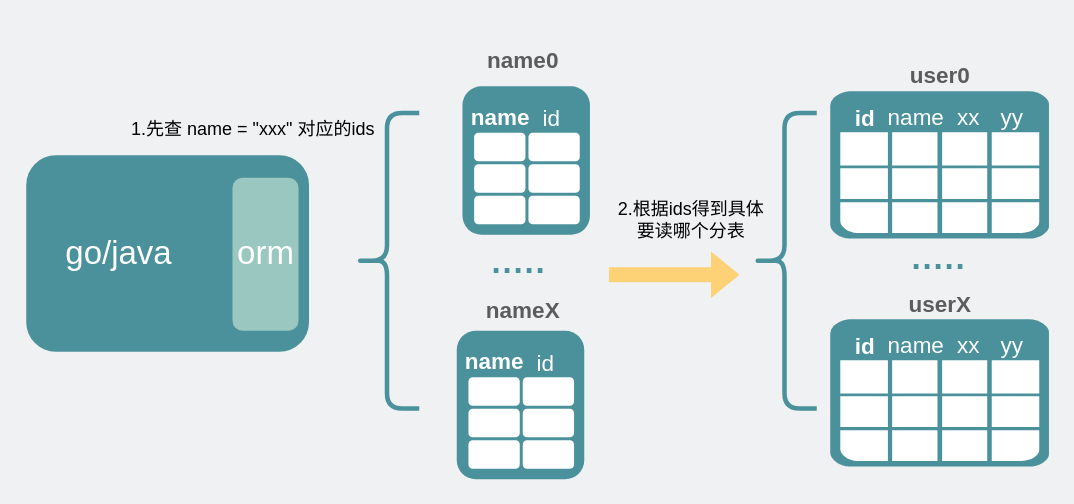
xiaobaiTech/image keeps this draw.io diagram as network/通过新索引表解决读扩散问题.drawio. Above is the earlier version. Source tidied: cells renumbered, new cells numbered last; positions are measured from the earlier drawing's top-left corner, leaving out a move shared by most shapes. Both pictures are drawn from the tidied source at 150%, with x=0, y=0 at pixel (26, 26).
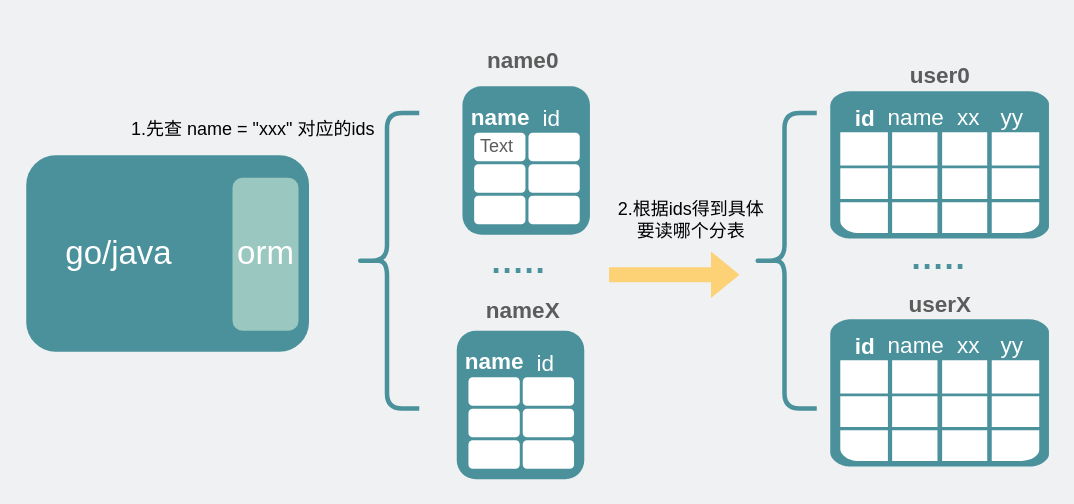
The same diagram, later.

Commit message:
Update 通过新索引表解决读扩散问题.drawio

What changed in the source:
```diff
@@
+    <mxCell id="48" value="Text" style="text;html=1;strokeColor=none;fillColor=none;align=center;verticalAlign=middle;whiteSpace=wrap;rounded=0;fontColor=#5C5C5C;" parent="1" vertex="1">
+      <mxGeometry x="299" y="71" width="30" height="18" as="geometry" />
+    </mxCell>
```
